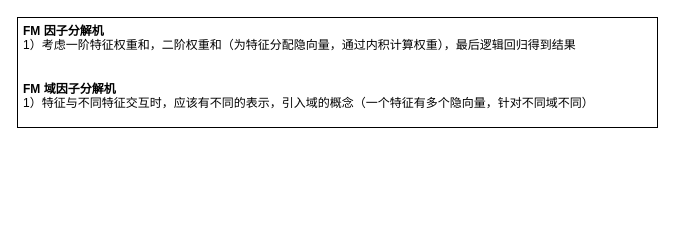
This is RecModel.drawio from limpid-11/drawio, a draw.io file, before an edit. Source tidied: cells renumbered, new cells numbered last; positions are measured from the earlier drawing's top-left corner, leaving out a move shared by most shapes. Both pictures are drawn from the tidied source at 100%, with x=0, y=0 at pixel (17, 17).
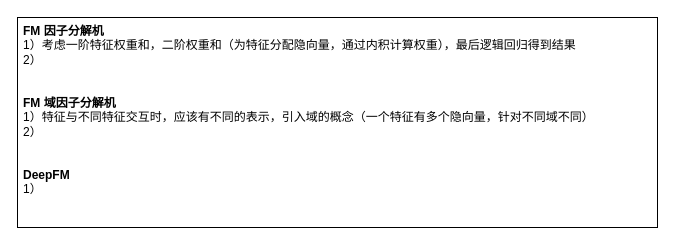
After the change.

The edit, as a diff of the source:
```diff
@@
 <mxGraphModel>
   <root>
     <mxCell id="0" />
     <mxCell id="1" parent="0" />
-    <mxCell id="2" value="&lt;b&gt;FM 因子分解机&lt;/b&gt;&lt;br&gt;&lt;div&gt;1）考虑一阶特征权重和，二阶权重和（为特征分配隐向量，通过内积计算权重），最后逻辑回归得到结果&lt;/div&gt;&lt;div&gt;&lt;br&gt;&lt;/div&gt;&lt;div&gt;&lt;br&gt;&lt;/div&gt;&lt;div&gt;&lt;b&gt;FM 域因子分解机&lt;/b&gt;&lt;br&gt;&lt;/div&gt;&lt;div&gt;1）特征与不同特征交互时，应该有不同的表示，引入域的概念（一个特征有多个隐向量，针对不同域不同）&lt;b&gt;&lt;br&gt;&lt;/b&gt;&lt;/div&gt;" style="rounded=0;whiteSpace=wrap;html=1;align=left;verticalAlign=top;spacingLeft=4;" parent="1" vertex="1">
-      <mxGeometry width="640" height="110" as="geometry" />
+    <mxCell id="2" value="&lt;b&gt;FM 因子分解机&lt;/b&gt;&lt;br&gt;&lt;div&gt;1）考虑一阶特征权重和，二阶权重和（为特征分配隐向量，通过内积计算权重），最后逻辑回归得到结果&lt;/div&gt;&lt;div&gt;2）&lt;/div&gt;&lt;div&gt;&lt;br&gt;&lt;/div&gt;&lt;div&gt;&lt;br&gt;&lt;/div&gt;&lt;div&gt;&lt;b&gt;FM 域因子分解机&lt;/b&gt;&lt;br&gt;&lt;/div&gt;&lt;div&gt;1）特征与不同特征交互时，应该有不同的表示，引入域的概念（一个特征有多个隐向量，针对不同域不同）&lt;b&gt;&lt;br&gt;&lt;/b&gt;&lt;/div&gt;&lt;div&gt;2）&lt;/div&gt;&lt;div&gt;&lt;br&gt;&lt;/div&gt;&lt;div&gt;&lt;br&gt;&lt;/div&gt;&lt;div&gt;&lt;b&gt;DeepFM&amp;nbsp;&lt;/b&gt;&lt;br&gt;&lt;/div&gt;&lt;div&gt;1）&lt;b&gt;&lt;br&gt;&lt;/b&gt;&lt;/div&gt;" style="rounded=0;whiteSpace=wrap;html=1;align=left;verticalAlign=top;spacingLeft=4;" parent="1" vertex="1">
+      <mxGeometry width="640" height="210" as="geometry" />
     </mxCell>
   </root>
 </mxGraphModel>
```
